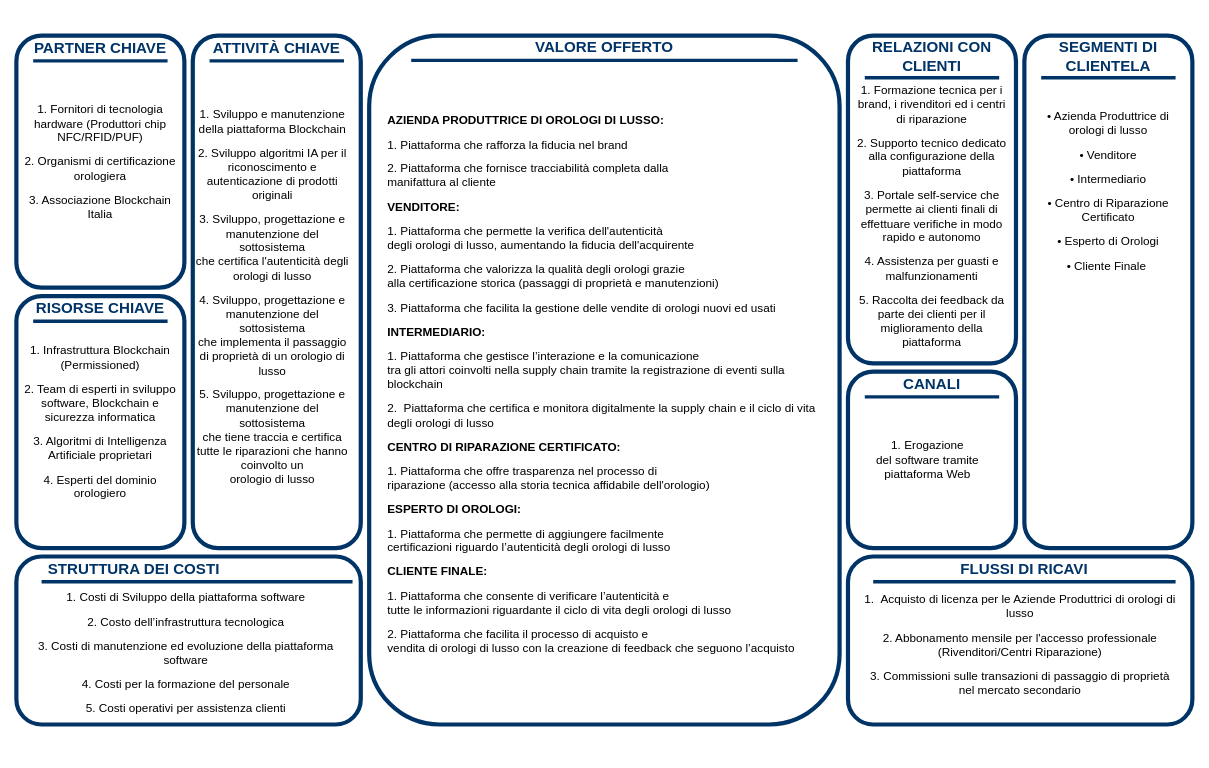
Vittorio92/ProgettoSistemiInformativi keeps this draw.io diagram as Diagrammi/Capitolo3/CANVAS.drawio. Above is the earlier version. Source tidied: cells renumbered, new cells numbered last; positions are measured from the earlier drawing's top-left corner, leaving out a move shared by most shapes. Both pictures are drawn from the tidied source at 84%, with x=0, y=0 at pixel (16, 14).
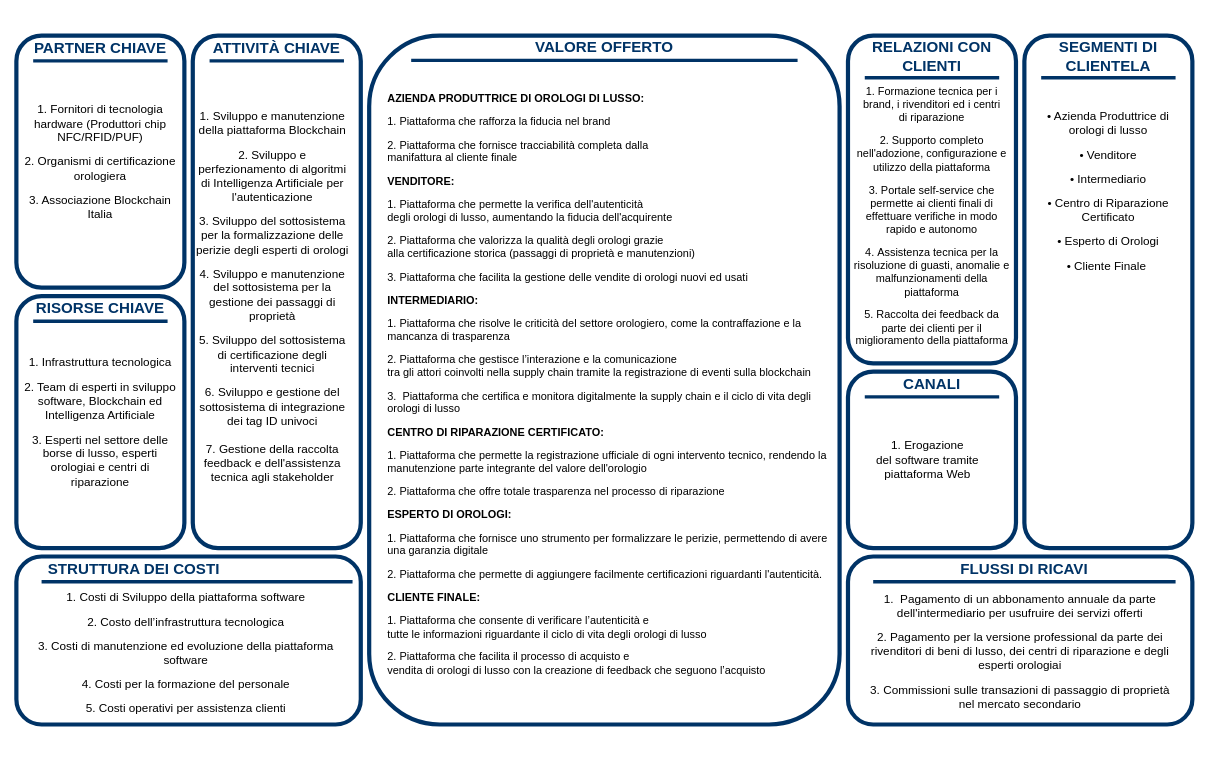
Above is the later version.

Change to the diagram source:
```diff
@@
-    <mxCell id="30" value="&lt;p class=&quot;MsoNormal&quot;&gt;&lt;font style=&quot;color: rgb(0, 0, 0); font-size: 14px;&quot;&gt;1. Sviluppo e manutenzione della piattaforma Blockchain&lt;/font&gt;&lt;/p&gt;&lt;p class=&quot;MsoNormal&quot;&gt;&lt;/p&gt;&lt;div&gt;&lt;span style=&quot;color: rgb(0, 0, 0); font-size: 14px; background-color: transparent;&quot;&gt;2. Sviluppo algoritmi IA per il riconoscimento e&lt;/span&gt;&lt;/div&gt;&lt;font style=&quot;color: rgb(0, 0, 0); font-size: 14px;&quot;&gt;autenticazione di prodotti originali&lt;/font&gt;&lt;p&gt;&lt;/p&gt;&lt;p class=&quot;MsoNormal&quot;&gt;&lt;/p&gt;&lt;div&gt;&lt;span style=&quot;color: rgb(0, 0, 0); font-size: 14px; background-color: transparent;&quot;&gt;3. Sviluppo, progettazione e manutenzione del sottosistema&lt;/span&gt;&lt;/div&gt;&lt;font style=&quot;color: rgb(0, 0, 0); font-size: 14px;&quot;&gt;che certifica l'autenticità degli orologi di lusso&lt;/font&gt;&lt;p&gt;&lt;/p&gt;&lt;p class=&quot;MsoNormal&quot;&gt;&lt;/p&gt;&lt;div&gt;&lt;span style=&quot;color: rgb(0, 0, 0); font-size: 14px; background-color: transparent;&quot;&gt;4. Sviluppo, progettazione e manutenzione del sottosistema&lt;/span&gt;&lt;/div&gt;&lt;font style=&quot;color: rgb(0, 0, 0); font-size: 14px;&quot;&gt;che implementa il passaggio di proprietà di un orologio di lusso&lt;/font&gt;&lt;p&gt;&lt;/p&gt;&lt;p class=&quot;MsoNormal&quot;&gt;&lt;/p&gt;&lt;div&gt;&lt;span style=&quot;color: rgb(0, 0, 0); font-size: 14px; background-color: transparent;&quot;&gt;5. Sviluppo, progettazione e manutenzione del sottosistema&lt;/span&gt;&lt;/div&gt;&lt;font style=&quot;color: rgb(0, 0, 0); font-size: 14px;&quot;&gt;&lt;div&gt;&lt;span style=&quot;background-color: transparent;&quot;&gt;che tiene traccia e certifica tutte le riparazioni che hanno coinvolto un&lt;/span&gt;&lt;/div&gt;&lt;div&gt;&lt;span style=&quot;background-color: transparent;&quot;&gt;orologio di lusso&lt;/span&gt;&lt;/div&gt;&lt;/font&gt;" style="text;html=1;whiteSpace=wrap;strokeColor=none;fillColor=none;align=center;verticalAlign=middle;rounded=0;" parent="1" vertex="1">
+    <mxCell id="30" value="&lt;p class=&quot;MsoNormal&quot;&gt;&lt;font style=&quot;color: rgb(0, 0, 0); font-size: 14px;&quot;&gt;1. Sviluppo e manutenzione della piattaforma Blockchain&lt;/font&gt;&lt;/p&gt;&lt;p class=&quot;MsoNormal&quot;&gt;&lt;span style=&quot;background-color: transparent; color: rgb(0, 0, 0); font-size: 14px;&quot;&gt;2.&amp;nbsp;Sviluppo e perfezionamento di algoritmi di Intelligenza Artificiale per l'autenticazione&lt;/span&gt;&lt;/p&gt;&lt;p class=&quot;MsoNormal&quot;&gt;&lt;span style=&quot;background-color: transparent; color: rgb(0, 0, 0); font-size: 14px;&quot;&gt;3.&amp;nbsp;&lt;/span&gt;&lt;span style=&quot;background-color: transparent; color: light-dark(rgb(0, 0, 0), rgb(255, 255, 255)); font-size: 14px;&quot;&gt;&lt;font color=&quot;#000000&quot;&gt;Sviluppo del sottosistema per la formalizzazione delle perizie degli esperti di orologi&lt;/font&gt;&lt;/span&gt;&lt;/p&gt;&lt;p class=&quot;MsoNormal&quot;&gt;&lt;span style=&quot;background-color: transparent; color: rgb(0, 0, 0); font-size: 14px;&quot;&gt;4.&amp;nbsp;&lt;/span&gt;&lt;span style=&quot;background-color: transparent; color: light-dark(rgb(0, 0, 0), rgb(255, 255, 255)); font-size: 14px;&quot;&gt;&lt;font color=&quot;#000000&quot;&gt;Sviluppo e manutenzione del sottosistema per la gestione dei passaggi di proprietà&lt;/font&gt;&lt;/span&gt;&lt;/p&gt;&lt;p class=&quot;MsoNormal&quot;&gt;&lt;span style=&quot;background-color: transparent; color: rgb(0, 0, 0); font-size: 14px;&quot;&gt;5.&amp;nbsp;&lt;/span&gt;&lt;span style=&quot;background-color: transparent; color: light-dark(rgb(0, 0, 0), rgb(255, 255, 255)); font-size: 14px;&quot;&gt;&lt;font color=&quot;#000000&quot;&gt;Sviluppo del sottosistema di certificazione degli interventi tecnici&lt;/font&gt;&lt;/span&gt;&lt;/p&gt;&lt;div&gt;&lt;span style=&quot;background-color: transparent; color: light-dark(rgb(0, 0, 0), rgb(255, 255, 255)); font-size: 14px;&quot;&gt;&lt;font color=&quot;#000000&quot;&gt;6.&amp;nbsp;&lt;/font&gt;&lt;/span&gt;&lt;span style=&quot;background-color: transparent; color: light-dark(rgb(0, 0, 0), rgb(255, 255, 255)); font-size: 14px;&quot;&gt;&lt;font color=&quot;#000000&quot;&gt;Sviluppo e gestione del sottosistema di integrazione dei tag ID univoci&lt;/font&gt;&lt;/span&gt;&lt;/div&gt;&lt;div&gt;&lt;span style=&quot;background-color: transparent; color: light-dark(rgb(0, 0, 0), rgb(255, 255, 255)); font-size: 14px;&quot;&gt;&lt;font color=&quot;#000000&quot;&gt;&lt;br&gt;&lt;/font&gt;&lt;/span&gt;&lt;/div&gt;&lt;div&gt;&lt;span style=&quot;background-color: transparent; color: light-dark(rgb(0, 0, 0), rgb(255, 255, 255)); font-size: 14px;&quot;&gt;&lt;font color=&quot;#000000&quot;&gt;7.&amp;nbsp;&lt;/font&gt;&lt;/span&gt;&lt;span style=&quot;background-color: transparent; color: light-dark(rgb(0, 0, 0), rgb(255, 255, 255)); font-size: 14px;&quot;&gt;&lt;font color=&quot;#000000&quot;&gt;Gestione della raccolta feedback e dell'assistenza tecnica agli stakeholder&lt;/font&gt;&lt;/span&gt;&lt;/div&gt;" style="text;html=1;whiteSpace=wrap;strokeColor=none;fillColor=none;align=center;verticalAlign=middle;rounded=0;" parent="1" vertex="1">
       <mxGeometry x="210" y="25" width="190" height="610" as="geometry" />
     </mxCell>
-    <mxCell id="31" value="&lt;p class=&quot;MsoNormal&quot;&gt;&lt;font style=&quot;color: rgb(0, 0, 0); font-size: 14px;&quot;&gt;1. Infrastruttura Blockchain (Permissioned)&lt;/font&gt;&lt;/p&gt;&lt;p class=&quot;MsoNormal&quot;&gt;&lt;font style=&quot;color: rgb(0, 0, 0); font-size: 14px;&quot;&gt;2. Team di esperti in sviluppo software, Blockchain e&lt;br&gt;sicurezza informatica&lt;/font&gt;&lt;/p&gt;&lt;p class=&quot;MsoNormal&quot;&gt;&lt;font style=&quot;color: rgb(0, 0, 0); font-size: 14px;&quot;&gt;3. Algoritmi di Intelligenza Artificiale proprietari&lt;/font&gt;&lt;/p&gt;&lt;p class=&quot;MsoNormal&quot;&gt;&lt;font style=&quot;color: rgb(0, 0, 0); font-size: 14px;&quot;&gt;4. Esperti del dominio orologiero&lt;/font&gt;&lt;/p&gt;" style="text;html=1;whiteSpace=wrap;strokeColor=none;fillColor=none;align=center;verticalAlign=middle;rounded=0;" parent="1" vertex="1">
-      <mxGeometry y="335" width="200" height="300" as="geometry" />
+    <mxCell id="31" value="&lt;p class=&quot;MsoNormal&quot;&gt;&lt;font style=&quot;color: rgb(0, 0, 0); font-size: 14px;&quot;&gt;1. Infrastruttura tecnologica&lt;/font&gt;&lt;/p&gt;&lt;p class=&quot;MsoNormal&quot;&gt;&lt;font style=&quot;color: rgb(0, 0, 0); font-size: 14px;&quot;&gt;2. Team di esperti in sviluppo software, Blockchain ed Intelligenza Artificiale&lt;/font&gt;&lt;/p&gt;&lt;p class=&quot;MsoNormal&quot;&gt;&lt;font style=&quot;color: rgb(0, 0, 0); font-size: 14px;&quot;&gt;3.&amp;nbsp;Esperti nel settore delle borse di lusso, esperti orologiai e centri di riparazione&lt;/font&gt;&lt;/p&gt;" style="text;html=1;whiteSpace=wrap;strokeColor=none;fillColor=none;align=center;verticalAlign=middle;rounded=0;" parent="1" vertex="1">
+      <mxGeometry x="5" y="335" width="190" height="300" as="geometry" />
     </mxCell>
@@
-    <mxCell id="34" value="&lt;p class=&quot;MsoNormal&quot;&gt;&lt;font style=&quot;font-size: 14px; color: rgb(0, 0, 0);&quot;&gt;1. &amp;nbsp;Acquisto di licenza per le Aziende Produttrici di orologi di lusso&lt;/font&gt;&lt;/p&gt;&lt;p class=&quot;MsoNormal&quot;&gt;&lt;font style=&quot;font-size: 14px; color: rgb(0, 0, 0);&quot;&gt;2. Abbonamento mensile per l'accesso professionale&lt;br&gt;(Rivenditori/Centri Riparazione)&lt;/font&gt;&lt;/p&gt;&lt;p class=&quot;MsoNormal&quot;&gt;&lt;font style=&quot;font-size: 14px; color: rgb(0, 0, 0);&quot;&gt;3. Commissioni sulle transazioni di passaggio di proprietà&lt;br&gt;nel mercato secondario&lt;/font&gt;&lt;/p&gt;" style="text;html=1;whiteSpace=wrap;strokeColor=none;fillColor=none;align=center;verticalAlign=middle;rounded=0;" parent="1" vertex="1">
-      <mxGeometry x="995" y="645" width="400" height="210" as="geometry" />
+    <mxCell id="34" value="&lt;p class=&quot;MsoNormal&quot;&gt;&lt;font style=&quot;font-size: 14px; color: rgb(0, 0, 0);&quot;&gt;1.&amp;nbsp;&amp;nbsp;Pagamento di un abbonamento annuale da parte dell'intermediario per usufruire dei servizi offerti&lt;/font&gt;&lt;/p&gt;&lt;p class=&quot;MsoNormal&quot;&gt;&lt;font style=&quot;font-size: 14px; color: rgb(0, 0, 0);&quot;&gt;2.&amp;nbsp;Pagamento per la versione professional da parte dei rivenditori di beni di lusso, dei centri di riparazione e degli esperti orologiai&lt;/font&gt;&lt;/p&gt;&lt;p class=&quot;MsoNormal&quot;&gt;&lt;font style=&quot;font-size: 14px; color: rgb(0, 0, 0);&quot;&gt;3. Commissioni sulle transazioni di passaggio di proprietà&lt;br&gt;nel mercato secondario&lt;/font&gt;&lt;/p&gt;" style="text;html=1;whiteSpace=wrap;strokeColor=none;fillColor=none;align=center;verticalAlign=middle;rounded=0;" parent="1" vertex="1">
+      <mxGeometry x="995" y="653" width="400" height="210" as="geometry" />
     </mxCell>
@@
-    <mxCell id="36" value="&lt;p class=&quot;MsoNormal&quot;&gt;&lt;font style=&quot;font-size: 14px; color: rgb(0, 0, 0);&quot;&gt;1. Formazione tecnica per i brand, i rivenditori ed i centri&lt;br&gt;di riparazione&lt;/font&gt;&lt;/p&gt;&lt;p class=&quot;MsoNormal&quot;&gt;&lt;font style=&quot;font-size: 14px; color: rgb(0, 0, 0);&quot;&gt;2. Supporto tecnico dedicato alla configurazione della&lt;br&gt;piattaforma&lt;/font&gt;&lt;/p&gt;&lt;p class=&quot;MsoNormal&quot;&gt;&lt;font style=&quot;font-size: 14px; color: rgb(0, 0, 0);&quot;&gt;3. Portale self-service che permette ai clienti finali di&lt;br&gt;effettuare verifiche in modo rapido e autonomo&lt;/font&gt;&lt;/p&gt;&lt;p class=&quot;MsoNormal&quot;&gt;&lt;font style=&quot;font-size: 14px; color: rgb(0, 0, 0);&quot;&gt;4. Assistenza per guasti e malfunzionamenti&lt;/font&gt;&lt;/p&gt;&lt;p class=&quot;MsoNormal&quot;&gt;&lt;font style=&quot;font-size: 14px; color: rgb(0, 0, 0);&quot;&gt;5. Raccolta dei feedback da parte dei clienti per il&lt;br&gt;miglioramento della piattaforma&lt;/font&gt;&lt;/p&gt;" style="text;html=1;whiteSpace=wrap;strokeColor=none;fillColor=none;align=center;verticalAlign=middle;rounded=0;" parent="1" vertex="1">
+    <mxCell id="36" value="&lt;p class=&quot;MsoNormal&quot;&gt;&lt;font style=&quot;color: rgb(0, 0, 0); font-size: 13px;&quot;&gt;1. Formazione tecnica per i brand, i rivenditori ed i centri&lt;br&gt;di riparazione&lt;/font&gt;&lt;/p&gt;&lt;p class=&quot;MsoNormal&quot;&gt;&lt;font style=&quot;color: rgb(0, 0, 0); font-size: 13px;&quot;&gt;2.&amp;nbsp;Supporto completo nell'adozione, configurazione e utilizzo della piattaforma&lt;/font&gt;&lt;/p&gt;&lt;p class=&quot;MsoNormal&quot;&gt;&lt;font style=&quot;color: rgb(0, 0, 0); font-size: 13px;&quot;&gt;3. Portale self-service che permette ai clienti finali di&lt;br&gt;effettuare verifiche in modo rapido e autonomo&lt;/font&gt;&lt;/p&gt;&lt;p class=&quot;MsoNormal&quot;&gt;&lt;font style=&quot;color: rgb(0, 0, 0); font-size: 13px;&quot;&gt;4.&amp;nbsp;Assistenza tecnica per la risoluzione di guasti, anomalie e malfunzionamenti della piattaforma&lt;/font&gt;&lt;/p&gt;&lt;p class=&quot;MsoNormal&quot;&gt;&lt;font style=&quot;color: rgb(0, 0, 0); font-size: 13px;&quot;&gt;5. Raccolta dei feedback da parte dei clienti per il&lt;br&gt;miglioramento della piattaforma&lt;/font&gt;&lt;/p&gt;" style="text;html=1;whiteSpace=wrap;strokeColor=none;fillColor=none;align=center;verticalAlign=middle;rounded=0;" parent="1" vertex="1">
       <mxGeometry x="995" y="25" width="190" height="430" as="geometry" />
     </mxCell>
-    <mxCell id="37" value="&lt;p class=&quot;MsoNormal&quot;&gt;&lt;b&gt;&lt;font style=&quot;font-size: 14px; color: rgb(0, 0, 0);&quot;&gt;AZIENDA PRODUTTRICE DI OROLOGI DI LUSSO:&lt;/font&gt;&lt;/b&gt;&lt;/p&gt;&lt;p class=&quot;MsoNormal&quot;&gt;&lt;font style=&quot;font-size: 14px; color: rgb(0, 0, 0);&quot;&gt;1. Piattaforma che rafforza la fiducia nel brand&lt;/font&gt;&lt;/p&gt;&lt;p class=&quot;MsoNormal&quot;&gt;&lt;font style=&quot;font-size: 14px; color: rgb(0, 0, 0);&quot;&gt;2. Piattaforma che fornisce tracciabilità completa dalla&lt;br&gt;manifattura al cliente&lt;/font&gt;&lt;/p&gt;&lt;p class=&quot;MsoNormal&quot;&gt;&lt;b&gt;&lt;font style=&quot;font-size: 14px; color: rgb(0, 0, 0);&quot;&gt;VENDITORE:&lt;/font&gt;&lt;/b&gt;&lt;/p&gt;&lt;p class=&quot;MsoNormal&quot;&gt;&lt;font style=&quot;font-size: 14px; color: rgb(0, 0, 0);&quot;&gt;1. Piattaforma che permette la verifica dell'autenticità&lt;br&gt;degli orologi di lusso, aumentando la fiducia dell'acquirente&lt;/font&gt;&lt;/p&gt;&lt;p class=&quot;MsoNormal&quot;&gt;&lt;font style=&quot;font-size: 14px; color: rgb(0, 0, 0);&quot;&gt;2. Piattaforma che valorizza la qualità degli orologi grazie&lt;br&gt;alla certificazione storica (passaggi di proprietà e manutenzioni)&lt;/font&gt;&lt;/p&gt;&lt;p class=&quot;MsoNormal&quot;&gt;&lt;font style=&quot;font-size: 14px; color: rgb(0, 0, 0);&quot;&gt;3. Piattaforma che facilita la gestione delle vendite di orologi nuovi ed usati&lt;/font&gt;&lt;/p&gt;&lt;p class=&quot;MsoNormal&quot;&gt;&lt;b&gt;&lt;font style=&quot;font-size: 14px; color: rgb(0, 0, 0);&quot;&gt;INTERMEDIARIO:&lt;/font&gt;&lt;/b&gt;&lt;/p&gt;&lt;p class=&quot;MsoNormal&quot;&gt;&lt;font style=&quot;font-size: 14px; color: rgb(0, 0, 0);&quot;&gt;1. Piattaforma che gestisce l’interazione e la comunicazione&lt;br&gt;tra gli attori coinvolti nella supply chain tramite la registrazione di eventi sulla blockchain&lt;/font&gt;&lt;/p&gt;&lt;p class=&quot;MsoNormal&quot;&gt;&lt;font style=&quot;font-size: 14px; color: rgb(0, 0, 0);&quot;&gt;2.&amp;nbsp; Piattaforma che certifica e monitora digitalmente la supply chain e il ciclo di vita degli orologi di lusso&lt;/font&gt;&lt;/p&gt;&lt;p class=&quot;MsoNormal&quot;&gt;&lt;b&gt;&lt;font style=&quot;font-size: 14px; color: rgb(0, 0, 0);&quot;&gt;CENTRO DI RIPARAZIONE CERTIFICATO:&lt;/font&gt;&lt;/b&gt;&lt;/p&gt;&lt;p class=&quot;MsoNormal&quot;&gt;&lt;font style=&quot;font-size: 14px; color: rgb(0, 0, 0);&quot;&gt;1. Piattaforma che offre trasparenza nel processo di&lt;br&gt;riparazione (accesso alla storia tecnica affidabile dell'orologio)&lt;/font&gt;&lt;/p&gt;&lt;p class=&quot;MsoNormal&quot;&gt;&lt;b&gt;&lt;font style=&quot;font-size: 14px; color: rgb(0, 0, 0);&quot;&gt;ESPERTO DI OROLOGI:&lt;/font&gt;&lt;/b&gt;&lt;/p&gt;&lt;p class=&quot;MsoNormal&quot;&gt;&lt;font style=&quot;font-size: 14px; color: rgb(0, 0, 0);&quot;&gt;1. Piattaforma che permette di aggiungere facilmente&lt;br&gt;certificazioni riguardo l’autenticità degli orologi di lusso&lt;/font&gt;&lt;/p&gt;&lt;p class=&quot;MsoNormal&quot;&gt;&lt;b&gt;&lt;font style=&quot;font-size: 14px; color: rgb(0, 0, 0);&quot;&gt;CLIENTE FINALE:&lt;/font&gt;&lt;/b&gt;&lt;/p&gt;&lt;p class=&quot;MsoNormal&quot;&gt;&lt;font style=&quot;font-size: 14px; color: rgb(0, 0, 0);&quot;&gt;1. Piattaforma che consente di verificare l’autenticità e&lt;br&gt;tutte le informazioni riguardante il ciclo di vita degli orologi di lusso&lt;/font&gt;&lt;/p&gt;&lt;p class=&quot;MsoNormal&quot;&gt;&lt;font style=&quot;font-size: 14px; color: rgb(0, 0, 0);&quot;&gt;2. Piattaforma che facilita il processo di acquisto e&lt;br&gt;vendita di orologi di lusso con la creazione di feedback che seguono l’acquisto&lt;/font&gt;&lt;/p&gt;" style="text;html=1;whiteSpace=wrap;strokeColor=none;fillColor=none;align=left;verticalAlign=middle;rounded=0;" parent="1" vertex="1">
+    <mxCell id="37" value="&lt;p class=&quot;MsoNormal&quot;&gt;&lt;b&gt;&lt;font style=&quot;color: rgb(0, 0, 0); font-size: 13px;&quot;&gt;AZIENDA PRODUTTRICE DI OROLOGI DI LUSSO:&lt;/font&gt;&lt;/b&gt;&lt;/p&gt;&lt;p class=&quot;MsoNormal&quot;&gt;&lt;font style=&quot;color: rgb(0, 0, 0); font-size: 13px;&quot;&gt;1. Piattaforma che rafforza la fiducia nel brand&lt;/font&gt;&lt;/p&gt;&lt;p class=&quot;MsoNormal&quot;&gt;&lt;font style=&quot;color: rgb(0, 0, 0); font-size: 13px;&quot;&gt;2. Piattaforma che fornisce tracciabilità completa dalla&lt;br&gt;manifattura al cliente finale&lt;/font&gt;&lt;/p&gt;&lt;p class=&quot;MsoNormal&quot;&gt;&lt;b&gt;&lt;font style=&quot;color: rgb(0, 0, 0); font-size: 13px;&quot;&gt;VENDITORE:&lt;/font&gt;&lt;/b&gt;&lt;/p&gt;&lt;p class=&quot;MsoNormal&quot;&gt;&lt;font style=&quot;color: rgb(0, 0, 0); font-size: 13px;&quot;&gt;1. Piattaforma che permette la verifica dell'autenticità&lt;br&gt;degli orologi di lusso, aumentando la fiducia dell'acquirente&lt;/font&gt;&lt;/p&gt;&lt;p class=&quot;MsoNormal&quot;&gt;&lt;font style=&quot;color: rgb(0, 0, 0); font-size: 13px;&quot;&gt;2. Piattaforma che valorizza la qualità degli orologi grazie&lt;br&gt;alla certificazione storica (passaggi di proprietà e manutenzioni)&lt;/font&gt;&lt;/p&gt;&lt;p class=&quot;MsoNormal&quot;&gt;&lt;font style=&quot;color: rgb(0, 0, 0); font-size: 13px;&quot;&gt;3. Piattaforma che facilita la gestione delle vendite di orologi nuovi ed usati&lt;/font&gt;&lt;/p&gt;&lt;p class=&quot;MsoNormal&quot;&gt;&lt;b&gt;&lt;font style=&quot;color: rgb(0, 0, 0); font-size: 13px;&quot;&gt;INTERMEDIARIO:&lt;/font&gt;&lt;/b&gt;&lt;/p&gt;&lt;p class=&quot;MsoNormal&quot;&gt;&lt;font style=&quot;color: rgb(0, 0, 0); font-size: 13px;&quot;&gt;1.&amp;nbsp;Piattaforma che risolve le criticità del settore orologiero, come la contraffazione e la mancanza di trasparenza&lt;/font&gt;&lt;/p&gt;&lt;p class=&quot;MsoNormal&quot;&gt;&lt;font style=&quot;color: rgb(0, 0, 0); font-size: 13px;&quot;&gt;2. Piattaforma che gestisce l’interazione e la comunicazione&lt;br&gt;tra gli attori coinvolti nella supply chain tramite la registrazione di eventi sulla blockchain&lt;/font&gt;&lt;/p&gt;&lt;p class=&quot;MsoNormal&quot;&gt;&lt;span style=&quot;color: rgb(0, 0, 0); background-color: transparent;&quot;&gt;&lt;font style=&quot;font-size: 13px;&quot;&gt;3.&amp;nbsp; Piattaforma che certifica e monitora digitalmente la supply chain e il ciclo di vita degli orologi di lusso&lt;/font&gt;&lt;/span&gt;&lt;/p&gt;&lt;p class=&quot;MsoNormal&quot;&gt;&lt;b&gt;&lt;font style=&quot;color: rgb(0, 0, 0); font-size: 13px;&quot;&gt;CENTRO DI RIPARAZIONE CERTIFICATO:&lt;/font&gt;&lt;/b&gt;&lt;/p&gt;&lt;p class=&quot;MsoNormal&quot;&gt;&lt;font style=&quot;font-size: 13px;&quot;&gt;&lt;font style=&quot;color: rgb(0, 0, 0);&quot;&gt;1.&amp;nbsp;&lt;/font&gt;&lt;span style=&quot;background-color: transparent;&quot;&gt;&lt;font color=&quot;#000000&quot;&gt;Piattaforma che permette la registrazione ufficiale di ogni intervento tecnico, rendendo la manutenzione parte integrante del valore dell'orologio&lt;/font&gt;&lt;/span&gt;&lt;/font&gt;&lt;/p&gt;&lt;p class=&quot;MsoNormal&quot;&gt;&lt;span style=&quot;color: rgb(0, 0, 0); background-color: transparent;&quot;&gt;&lt;font style=&quot;font-size: 13px;&quot;&gt;2. Piattaforma che offre totale trasparenza nel processo di riparazione&lt;/font&gt;&lt;/span&gt;&lt;/p&gt;&lt;p class=&quot;MsoNormal&quot;&gt;&lt;b&gt;&lt;font style=&quot;color: rgb(0, 0, 0); font-size: 13px;&quot;&gt;ESPERTO DI OROLOGI:&lt;/font&gt;&lt;/b&gt;&lt;/p&gt;&lt;p class=&quot;MsoNormal&quot;&gt;&lt;font style=&quot;color: rgb(0, 0, 0);&quot;&gt;&lt;font color=&quot;#000000&quot; style=&quot;font-size: 13px;&quot;&gt;1.&amp;nbsp;&lt;span style=&quot;background-color: transparent;&quot;&gt;Piattaforma che fornisce uno strumento per formalizzare le perizie, permettendo di avere una garanzia digitale&lt;/span&gt;&lt;/font&gt;&lt;/font&gt;&lt;/p&gt;&lt;p class=&quot;MsoNormal&quot;&gt;&lt;span style=&quot;color: rgb(0, 0, 0); background-color: transparent;&quot;&gt;&lt;font style=&quot;font-size: 13px;&quot;&gt;2. Piattaforma che permette di aggiungere facilmente certificazioni riguardanti l'autenticità.&lt;/font&gt;&lt;/span&gt;&lt;/p&gt;&lt;p class=&quot;MsoNormal&quot;&gt;&lt;b&gt;&lt;font style=&quot;color: rgb(0, 0, 0); font-size: 13px;&quot;&gt;CLIENTE FINALE:&lt;/font&gt;&lt;/b&gt;&lt;/p&gt;&lt;p class=&quot;MsoNormal&quot;&gt;&lt;font style=&quot;color: rgb(0, 0, 0); font-size: 13px;&quot;&gt;1. Piattaforma che consente di verificare l’autenticità e&lt;br&gt;tutte le informazioni riguardante il ciclo di vita degli orologi di lusso&lt;/font&gt;&lt;/p&gt;&lt;p class=&quot;MsoNormal&quot;&gt;&lt;font style=&quot;color: rgb(0, 0, 0); font-size: 13px;&quot;&gt;2. Piattaforma che facilita il processo di acquisto e&lt;br&gt;vendita di orologi di lusso con la creazione di feedback che seguono l’acquisto&lt;/font&gt;&lt;/p&gt;" style="text;html=1;whiteSpace=wrap;strokeColor=none;fillColor=none;align=left;verticalAlign=middle;rounded=0;" parent="1" vertex="1">
       <mxGeometry x="440" width="540" height="880" as="geometry" />
     </mxCell>
```
